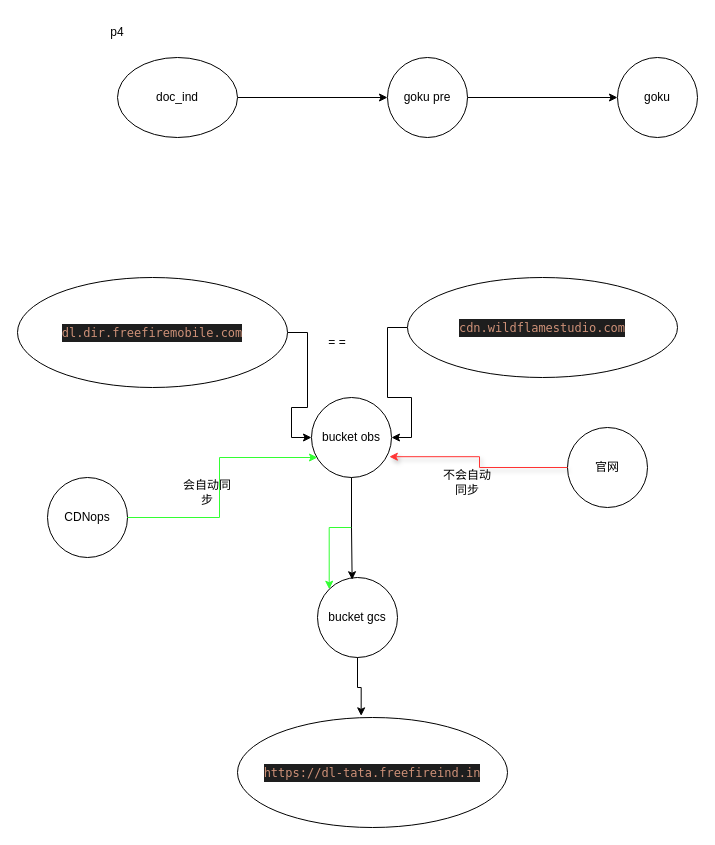
Before: ffi.drawio in onlyonedaniel/wiki, a draw.io diagram. Source tidied: cells renumbered, new cells numbered last; positions are measured from the earlier drawing's top-left corner, leaving out a move shared by most shapes. Both pictures are drawn from the tidied source at 100%, with x=0, y=0 at pixel (17, 17).
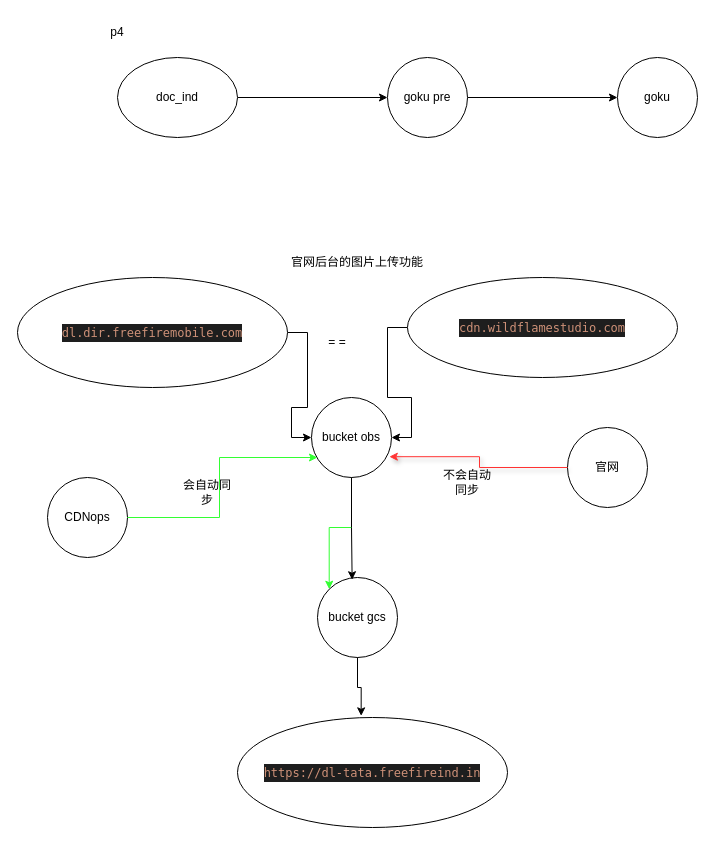
The same diagram, later.

What changed in the source:
```diff
@@
+    <mxCell id="25" value="官网后台的图片上传功能" style="text;html=1;whiteSpace=wrap;strokeColor=none;fillColor=none;align=center;verticalAlign=middle;rounded=0;" parent="1" vertex="1">
+      <mxGeometry x="230" y="230" width="220" height="30" as="geometry" />
+    </mxCell>
```
